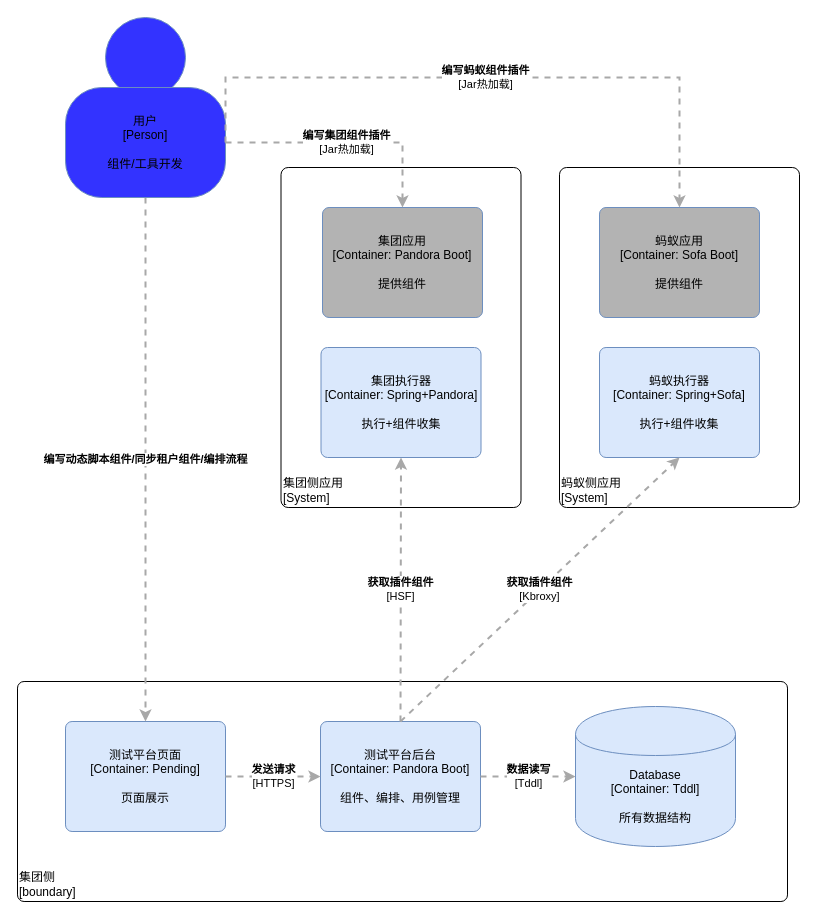
JimmyKsdas/TestPlantForm keeps this draw.io diagram as 开发容器图.drawio. Above is the earlier version. Source tidied: cells renumbered, new cells numbered last; positions are measured from the earlier drawing's top-left corner, leaving out a move shared by most shapes. Both pictures are drawn from the tidied source at 100%, with x=0, y=0 at pixel (17, 17).
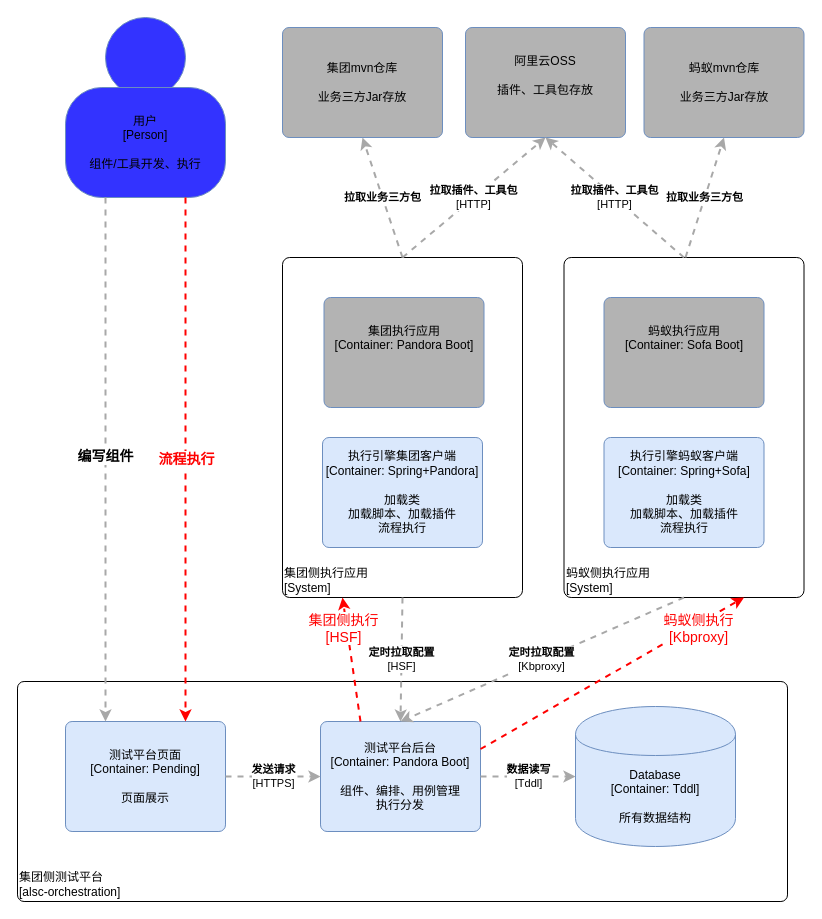
The same page after the edit.

Commit message:
Update 开发容器图.drawio

Unchanged cells that the change refers to:
```xml
<mxCell id="4" value="&lt;span&gt;测试平台页面&lt;/span&gt;&lt;div&gt;[Container:&amp;nbsp;&lt;span&gt;Pending&lt;/span&gt;&lt;span&gt;]&lt;/span&gt;&lt;/div&gt;&lt;div&gt;&lt;br&gt;&lt;/div&gt;&lt;div&gt;页面展示&lt;/div&gt;" style="rounded=1;whiteSpace=wrap;html=1;labelBackgroundColor=none;fillColor=#dae8fc;fontColor=#000000;align=center;arcSize=6;strokeColor=#6c8ebf;shadow=0;" parent="1" vertex="1">
  <mxGeometry x="48" y="704" width="160" height="110" as="geometry" />
</mxCell>
```

The edit, as a diff of the source:
```diff
@@
-    <mxCell id="3" value="&lt;div style=&quot;text-align: left&quot;&gt;集团侧&lt;/div&gt;&lt;div style=&quot;text-align: left&quot;&gt;[boundary]&lt;/div&gt;" style="rounded=1;whiteSpace=wrap;html=1;labelBackgroundColor=none;fillColor=#ffffff;fontColor=#000000;align=left;arcSize=3;strokeColor=#000000;verticalAlign=bottom;shadow=0;" parent="1" vertex="1">
+    <mxCell id="3" value="&lt;div style=&quot;text-align: left&quot;&gt;集团侧测试平台&lt;/div&gt;&lt;div style=&quot;text-align: left&quot;&gt;[alsc-orchestration]&lt;/div&gt;" style="rounded=1;whiteSpace=wrap;html=1;labelBackgroundColor=none;fillColor=#ffffff;fontColor=#000000;align=left;arcSize=3;strokeColor=#000000;verticalAlign=bottom;shadow=0;" parent="1" vertex="1">
       <mxGeometry y="664" width="770" height="220" as="geometry" />
     </mxCell>
@@
-    <mxCell id="5" value="&lt;span&gt;测试平台后台&lt;/span&gt;&lt;div&gt;[Container:&amp;nbsp;&lt;span&gt;Pandora Boot&lt;/span&gt;&lt;span&gt;]&lt;/span&gt;&lt;/div&gt;&lt;div&gt;&lt;br&gt;&lt;/div&gt;&lt;div&gt;组件、编排、用例管理&lt;/div&gt;" style="rounded=1;whiteSpace=wrap;html=1;labelBackgroundColor=none;fillColor=#dae8fc;fontColor=#000000;align=center;arcSize=6;strokeColor=#6c8ebf;shadow=0;" parent="1" vertex="1">
+    <mxCell id="5" value="&lt;span&gt;测试平台后台&lt;/span&gt;&lt;div&gt;[Container:&amp;nbsp;&lt;span&gt;Pandora Boot&lt;/span&gt;&lt;span&gt;]&lt;/span&gt;&lt;/div&gt;&lt;div&gt;&lt;br&gt;&lt;/div&gt;&lt;div&gt;组件、编排、用例管理&lt;/div&gt;&lt;div&gt;执行分发&lt;/div&gt;" style="rounded=1;whiteSpace=wrap;html=1;labelBackgroundColor=none;fillColor=#dae8fc;fontColor=#000000;align=center;arcSize=6;strokeColor=#6c8ebf;shadow=0;" parent="1" vertex="1">
       <mxGeometry x="303" y="704" width="160" height="110" as="geometry" />
     </mxCell>
@@
-    <mxCell id="9" value="&lt;div style=&quot;text-align: left&quot;&gt;&lt;div style=&quot;text-align: center&quot;&gt;&lt;b&gt;编写动态脚本组件&lt;/b&gt;&lt;b&gt;/同步租户组件/编排流程&lt;/b&gt;&lt;/div&gt;&lt;/div&gt;" style="edgeStyle=none;rounded=0;html=1;entryX=0.5;entryY=0;jettySize=auto;strokeColor=#A8A8A8;strokeWidth=2;fontColor=#000000;jumpStyle=none;dashed=1;exitX=0.5;exitY=1;exitDx=0;exitDy=0;entryDx=0;entryDy=0;" parent="1" edge="1" source="19" target="4">
-      <mxGeometry relative="1" as="geometry" />
-    </mxCell>
-    <mxCell id="10" value="&lt;div style=&quot;text-align: left&quot;&gt;集团侧应用&lt;/div&gt;&lt;div style=&quot;text-align: left&quot;&gt;[System]&lt;/div&gt;&lt;div style=&quot;text-align: right&quot;&gt;&lt;/div&gt;" style="rounded=1;whiteSpace=wrap;html=1;labelBackgroundColor=none;fillColor=#ffffff;fontColor=#000000;align=left;arcSize=3;strokeColor=#000000;verticalAlign=bottom;shadow=0;" parent="1" vertex="1">
-      <mxGeometry x="263.5" y="150" width="240" height="340" as="geometry" />
+    <mxCell id="10" value="&lt;div style=&quot;text-align: left&quot;&gt;集团侧执行应用&lt;/div&gt;&lt;div style=&quot;text-align: left&quot;&gt;[System]&lt;/div&gt;&lt;div style=&quot;text-align: right&quot;&gt;&lt;/div&gt;" style="rounded=1;whiteSpace=wrap;html=1;labelBackgroundColor=none;fillColor=#ffffff;fontColor=#000000;align=left;arcSize=3;strokeColor=#000000;verticalAlign=bottom;shadow=0;" parent="1" vertex="1">
+      <mxGeometry x="265" y="240" width="240" height="340" as="geometry" />
     </mxCell>
-    <mxCell id="11" value="&lt;span&gt;集团执行器&lt;/span&gt;&lt;div&gt;[Container:&amp;nbsp;&lt;span&gt;Spring+Pandora&lt;/span&gt;&lt;span&gt;]&lt;/span&gt;&lt;/div&gt;&lt;div&gt;&lt;br&gt;&lt;/div&gt;&lt;div&gt;执行+组件收集&lt;br&gt;&lt;/div&gt;" style="rounded=1;whiteSpace=wrap;html=1;labelBackgroundColor=none;fillColor=#dae8fc;fontColor=#000000;align=center;arcSize=6;strokeColor=#6c8ebf;shadow=0;" parent="1" vertex="1">
-      <mxGeometry x="303.5" y="330" width="160" height="110" as="geometry" />
+    <mxCell id="11" value="执行引擎集团客户端&lt;br&gt;&lt;div&gt;[Container:&amp;nbsp;&lt;span&gt;Spring+Pandora&lt;/span&gt;&lt;span&gt;]&lt;/span&gt;&lt;/div&gt;&lt;div&gt;&lt;br&gt;&lt;/div&gt;&lt;div&gt;加载类&lt;/div&gt;&lt;div&gt;加载脚本、加载插件&lt;/div&gt;&lt;div&gt;流程执行&lt;/div&gt;" style="rounded=1;whiteSpace=wrap;html=1;labelBackgroundColor=none;fillColor=#dae8fc;fontColor=#000000;align=center;arcSize=6;strokeColor=#6c8ebf;shadow=0;" parent="1" vertex="1">
+      <mxGeometry x="305" y="420" width="160" height="110" as="geometry" />
     </mxCell>
-    <mxCell id="12" value="&lt;span&gt;集团应用&lt;/span&gt;&lt;div&gt;[Container:&amp;nbsp;&lt;span&gt;Pandora Boot&lt;/span&gt;&lt;span&gt;]&lt;/span&gt;&lt;/div&gt;&lt;div&gt;&lt;br&gt;&lt;/div&gt;&lt;div&gt;提供组件&lt;/div&gt;" style="rounded=1;whiteSpace=wrap;html=1;labelBackgroundColor=none;fillColor=#B3B3B3;fontColor=#000000;align=center;arcSize=6;strokeColor=#6c8ebf;shadow=0;" parent="1" vertex="1">
-      <mxGeometry x="305" y="190" width="160" height="110" as="geometry" />
+    <mxCell id="12" value="&lt;span&gt;集团执行应用&lt;/span&gt;&lt;div&gt;[Container:&amp;nbsp;&lt;span&gt;Pandora Boot&lt;/span&gt;&lt;span&gt;]&lt;/span&gt;&lt;/div&gt;&lt;div&gt;&lt;br&gt;&lt;/div&gt;&lt;div&gt;&lt;br&gt;&lt;/div&gt;" style="rounded=1;whiteSpace=wrap;html=1;labelBackgroundColor=none;fillColor=#B3B3B3;fontColor=#000000;align=center;arcSize=6;strokeColor=#6c8ebf;shadow=0;" parent="1" vertex="1">
+      <mxGeometry x="306.5" y="280" width="160" height="110" as="geometry" />
     </mxCell>
-    <mxCell id="13" value="&lt;div style=&quot;text-align: left&quot;&gt;&lt;div style=&quot;text-align: center&quot;&gt;&lt;b&gt;获取插件组件&lt;/b&gt;&lt;/div&gt;&lt;div style=&quot;text-align: center&quot;&gt;[HSF]&lt;/div&gt;&lt;/div&gt;" style="edgeStyle=none;rounded=0;html=1;jettySize=auto;strokeColor=#A8A8A8;strokeWidth=2;fontColor=#000000;jumpStyle=none;dashed=1;exitX=0.5;exitY=0;exitDx=0;exitDy=0;entryX=0.5;entryY=1;entryDx=0;entryDy=0;" parent="1" edge="1" source="5" target="11">
+    <mxCell id="13" value="&lt;div style=&quot;text-align: left&quot;&gt;&lt;div style=&quot;text-align: center&quot;&gt;&lt;b&gt;定时拉取配置&lt;/b&gt;&lt;/div&gt;&lt;div style=&quot;text-align: center&quot;&gt;[HSF]&lt;/div&gt;&lt;/div&gt;" style="edgeStyle=none;rounded=0;html=1;jettySize=auto;strokeColor=#A8A8A8;strokeWidth=2;fontColor=#000000;jumpStyle=none;dashed=1;entryX=0.5;entryY=0;entryDx=0;entryDy=0;exitX=0.5;exitY=1;exitDx=0;exitDy=0;" parent="1" edge="1" source="10" target="5">
       <mxGeometry relative="1" as="geometry" />
     </mxCell>
-    <mxCell id="14" value="&lt;div style=&quot;text-align: left&quot;&gt;蚂蚁侧应用&lt;/div&gt;&lt;div style=&quot;text-align: left&quot;&gt;[System]&lt;/div&gt;&lt;div style=&quot;text-align: right&quot;&gt;&lt;/div&gt;" style="rounded=1;whiteSpace=wrap;html=1;labelBackgroundColor=none;fillColor=#ffffff;fontColor=#000000;align=left;arcSize=3;strokeColor=#000000;verticalAlign=bottom;shadow=0;" parent="1" vertex="1">
-      <mxGeometry x="542" y="150" width="240" height="340" as="geometry" />
+    <mxCell id="14" value="&lt;div style=&quot;text-align: left&quot;&gt;蚂蚁侧执行应用&lt;/div&gt;&lt;div style=&quot;text-align: left&quot;&gt;[System]&lt;/div&gt;&lt;div style=&quot;text-align: right&quot;&gt;&lt;/div&gt;" style="rounded=1;whiteSpace=wrap;html=1;labelBackgroundColor=none;fillColor=#ffffff;fontColor=#000000;align=left;arcSize=3;strokeColor=#000000;verticalAlign=bottom;shadow=0;" parent="1" vertex="1">
+      <mxGeometry x="546.5" y="240" width="240" height="340" as="geometry" />
     </mxCell>
-    <mxCell id="15" value="&lt;span&gt;蚂蚁执行器&lt;/span&gt;&lt;div&gt;[Container:&amp;nbsp;&lt;span&gt;Spring+Sofa&lt;/span&gt;&lt;span&gt;]&lt;/span&gt;&lt;/div&gt;&lt;div&gt;&lt;br&gt;&lt;/div&gt;&lt;div&gt;执行+组件收集&lt;br&gt;&lt;/div&gt;" style="rounded=1;whiteSpace=wrap;html=1;labelBackgroundColor=none;fillColor=#dae8fc;fontColor=#000000;align=center;arcSize=6;strokeColor=#6c8ebf;shadow=0;" parent="1" vertex="1">
-      <mxGeometry x="582" y="330" width="160" height="110" as="geometry" />
+    <mxCell id="15" value="&lt;span&gt;执行引擎蚂蚁客户端&lt;/span&gt;&lt;div&gt;[Container:&amp;nbsp;&lt;span&gt;Spring+Sofa&lt;/span&gt;&lt;span&gt;]&lt;/span&gt;&lt;/div&gt;&lt;div&gt;&lt;br&gt;&lt;/div&gt;&lt;div&gt;&lt;div&gt;加载类&lt;/div&gt;&lt;div&gt;加载脚本、加载插件&lt;/div&gt;&lt;div&gt;流程执行&lt;/div&gt;&lt;/div&gt;" style="rounded=1;whiteSpace=wrap;html=1;labelBackgroundColor=none;fillColor=#dae8fc;fontColor=#000000;align=center;arcSize=6;strokeColor=#6c8ebf;shadow=0;" parent="1" vertex="1">
+      <mxGeometry x="586.5" y="420" width="160" height="110" as="geometry" />
     </mxCell>
-    <mxCell id="16" value="&lt;span&gt;蚂蚁应用&lt;/span&gt;&lt;div&gt;[Container:&amp;nbsp;&lt;span&gt;Sofa Boot&lt;/span&gt;&lt;span&gt;]&lt;/span&gt;&lt;/div&gt;&lt;div&gt;&lt;br&gt;&lt;/div&gt;&lt;div&gt;提供组件&lt;/div&gt;" style="rounded=1;whiteSpace=wrap;html=1;labelBackgroundColor=none;fillColor=#B3B3B3;fontColor=#000000;align=center;arcSize=6;strokeColor=#6c8ebf;shadow=0;" parent="1" vertex="1">
-      <mxGeometry x="582" y="190" width="160" height="110" as="geometry" />
+    <mxCell id="16" value="&lt;span&gt;蚂蚁执行应用&lt;/span&gt;&lt;div&gt;[Container:&amp;nbsp;&lt;span&gt;Sofa Boot&lt;/span&gt;&lt;span&gt;]&lt;/span&gt;&lt;/div&gt;&lt;div&gt;&lt;br&gt;&lt;/div&gt;&lt;div&gt;&lt;br&gt;&lt;/div&gt;" style="rounded=1;whiteSpace=wrap;html=1;labelBackgroundColor=none;fillColor=#B3B3B3;fontColor=#000000;align=center;arcSize=6;strokeColor=#6c8ebf;shadow=0;" parent="1" vertex="1">
+      <mxGeometry x="586.5" y="280" width="160" height="110" as="geometry" />
     </mxCell>
-    <mxCell id="17" value="&lt;div style=&quot;text-align: left&quot;&gt;&lt;div style=&quot;text-align: center&quot;&gt;&lt;b&gt;获取插件组件&lt;/b&gt;&lt;/div&gt;&lt;div style=&quot;text-align: center&quot;&gt;[Kbroxy]&lt;/div&gt;&lt;/div&gt;" style="edgeStyle=none;rounded=0;html=1;jettySize=auto;strokeColor=#A8A8A8;strokeWidth=2;fontColor=#000000;jumpStyle=none;dashed=1;exitX=0.5;exitY=0;exitDx=0;exitDy=0;entryX=0.5;entryY=1;entryDx=0;entryDy=0;" parent="1" edge="1" source="5" target="15">
+    <mxCell id="17" value="&lt;div style=&quot;text-align: left&quot;&gt;&lt;div style=&quot;text-align: center&quot;&gt;&lt;b&gt;定时拉取配置&lt;/b&gt;&lt;/div&gt;&lt;div style=&quot;text-align: center&quot;&gt;[Kbproxy]&lt;/div&gt;&lt;/div&gt;" style="edgeStyle=none;rounded=0;html=1;jettySize=auto;strokeColor=#A8A8A8;strokeWidth=2;fontColor=#000000;jumpStyle=none;dashed=1;exitX=0.5;exitY=1;exitDx=0;exitDy=0;entryX=0.5;entryY=0;entryDx=0;entryDy=0;" parent="1" edge="1" source="14" target="5">
       <mxGeometry relative="1" as="geometry" />
     </mxCell>
@@
-    <mxCell id="19" value="用户&lt;div&gt;[Person]&lt;/div&gt;&lt;div&gt;&lt;br&gt;&lt;/div&gt;&lt;div&gt;组件/工具开发" style="rounded=1;whiteSpace=wrap;html=1;labelBackgroundColor=none;fillColor=#3333FF;fontColor=#000000;align=center;arcSize=33;strokeColor=#6c8ebf;" parent="1" vertex="1">
+    <mxCell id="19" value="用户&lt;div&gt;[Person]&lt;/div&gt;&lt;div&gt;&lt;br&gt;&lt;/div&gt;&lt;div&gt;组件/工具开发、执行&lt;/div&gt;" style="rounded=1;whiteSpace=wrap;html=1;labelBackgroundColor=none;fillColor=#3333FF;fontColor=#000000;align=center;arcSize=33;strokeColor=#6c8ebf;" parent="1" vertex="1">
       <mxGeometry x="48" y="70" width="160" height="110" as="geometry" />
     </mxCell>
-    <mxCell id="20" value="&lt;div style=&quot;text-align: left&quot;&gt;&lt;div style=&quot;text-align: center&quot;&gt;&lt;b&gt;编写集团组件插件&lt;/b&gt;&lt;/div&gt;&lt;div style=&quot;text-align: center&quot;&gt;[Jar热加载]&lt;/div&gt;&lt;/div&gt;" style="edgeStyle=orthogonalEdgeStyle;rounded=0;html=1;entryX=0.5;entryY=0;jettySize=auto;strokeColor=#A8A8A8;strokeWidth=2;fontColor=#000000;jumpStyle=none;dashed=1;entryDx=0;entryDy=0;exitX=1;exitY=0.5;exitDx=0;exitDy=0;" parent="1" edge="1" source="19" target="12">
-      <mxGeometry relative="1" as="geometry">
-        <Array as="points">
-          <mxPoint x="385" y="125" />
-        </Array>
-      </mxGeometry>
-    </mxCell>
-    <mxCell id="21" value="&lt;div style=&quot;text-align: left&quot;&gt;&lt;div style=&quot;text-align: center&quot;&gt;&lt;b&gt;编写蚂蚁组件插件&lt;/b&gt;&lt;/div&gt;&lt;div style=&quot;text-align: center&quot;&gt;[Jar热加载]&lt;/div&gt;&lt;/div&gt;" style="rounded=0;html=1;entryX=0.5;entryY=0;jettySize=auto;strokeColor=#A8A8A8;strokeWidth=2;fontColor=#000000;jumpStyle=none;dashed=1;entryDx=0;entryDy=0;edgeStyle=orthogonalEdgeStyle;exitX=1;exitY=0.5;exitDx=0;exitDy=0;" parent="1" edge="1" source="19" target="16">
-      <mxGeometry relative="1" as="geometry">
-        <Array as="points">
-          <mxPoint x="208" y="60" />
-          <mxPoint x="662" y="60" />
-        </Array>
-      </mxGeometry>
-    </mxCell>
+    <mxCell id="9" value="&lt;div style=&quot;text-align: left&quot;&gt;&lt;div style=&quot;text-align: center&quot;&gt;&lt;b&gt;&lt;font style=&quot;font-size: 14px&quot;&gt;编写组件&lt;/font&gt;&lt;/b&gt;&lt;/div&gt;&lt;/div&gt;" style="edgeStyle=none;rounded=0;html=1;entryX=0.25;entryY=0;jettySize=auto;strokeColor=#A8A8A8;strokeWidth=2;fontColor=#000000;jumpStyle=none;dashed=1;exitX=0.25;exitY=1;exitDx=0;exitDy=0;entryDx=0;entryDy=0;" parent="1" edge="1" source="19" target="4">
+      <mxGeometry x="-0.01" relative="1" as="geometry" />
+    </mxCell>
+    <mxCell id="22" value="阿里云OSS&lt;br&gt;&lt;br&gt;插件、工具包存放&lt;br&gt;&lt;div&gt;&lt;br&gt;&lt;/div&gt;" style="rounded=1;whiteSpace=wrap;html=1;labelBackgroundColor=none;fillColor=#B3B3B3;fontColor=#000000;align=center;arcSize=6;strokeColor=#6c8ebf;shadow=0;" parent="1" vertex="1">
+      <mxGeometry x="448" y="10" width="160" height="110" as="geometry" />
+    </mxCell>
+    <mxCell id="23" value="蚂蚁mvn仓库&lt;br&gt;&lt;br&gt;业务三方Jar存放&lt;br&gt;" style="rounded=1;whiteSpace=wrap;html=1;labelBackgroundColor=none;fillColor=#B3B3B3;fontColor=#000000;align=center;arcSize=6;strokeColor=#6c8ebf;shadow=0;" parent="1" vertex="1">
+      <mxGeometry x="626.5" y="10" width="160" height="110" as="geometry" />
+    </mxCell>
+    <mxCell id="24" value="集团mvn仓库&lt;br&gt;&lt;br&gt;业务三方Jar存放&lt;br&gt;" style="rounded=1;whiteSpace=wrap;html=1;labelBackgroundColor=none;fillColor=#B3B3B3;fontColor=#000000;align=center;arcSize=6;strokeColor=#6c8ebf;shadow=0;" parent="1" vertex="1">
+      <mxGeometry x="265" y="10" width="160" height="110" as="geometry" />
+    </mxCell>
+    <mxCell id="25" value="&lt;div style=&quot;text-align: left&quot;&gt;&lt;div style=&quot;text-align: center&quot;&gt;&lt;b&gt;拉取插件、工具包&lt;/b&gt;&lt;/div&gt;&lt;div style=&quot;text-align: center&quot;&gt;[HTTP]&lt;/div&gt;&lt;/div&gt;" style="edgeStyle=none;rounded=0;html=1;jettySize=auto;strokeColor=#A8A8A8;strokeWidth=2;fontColor=#000000;jumpStyle=none;dashed=1;exitX=0.5;exitY=0;exitDx=0;exitDy=0;entryX=0.5;entryY=1;entryDx=0;entryDy=0;" parent="1" edge="1" source="14" target="22">
+      <mxGeometry relative="1" as="geometry" />
+    </mxCell>
+    <mxCell id="26" value="&lt;div style=&quot;text-align: left&quot;&gt;&lt;div style=&quot;text-align: center&quot;&gt;&lt;b&gt;拉取插件、工具包&lt;/b&gt;&lt;/div&gt;&lt;div style=&quot;text-align: center&quot;&gt;[HTTP]&lt;/div&gt;&lt;/div&gt;" style="edgeStyle=none;rounded=0;html=1;jettySize=auto;strokeColor=#A8A8A8;strokeWidth=2;fontColor=#000000;jumpStyle=none;dashed=1;exitX=0.5;exitY=0;exitDx=0;exitDy=0;" parent="1" edge="1" source="10">
+      <mxGeometry relative="1" as="geometry">
+        <mxPoint x="528" y="120" as="targetPoint" />
+      </mxGeometry>
+    </mxCell>
+    <mxCell id="27" value="&lt;div style=&quot;text-align: left&quot;&gt;&lt;div style=&quot;text-align: center&quot;&gt;&lt;b&gt;拉取业务三方包&lt;/b&gt;&lt;/div&gt;&lt;/div&gt;" style="edgeStyle=none;rounded=0;html=1;jettySize=auto;strokeColor=#A8A8A8;strokeWidth=2;fontColor=#000000;jumpStyle=none;dashed=1;entryX=0.5;entryY=1;entryDx=0;entryDy=0;" parent="1" edge="1" target="23">
+      <mxGeometry relative="1" as="geometry">
+        <mxPoint x="668" y="240" as="sourcePoint" />
+      </mxGeometry>
+    </mxCell>
+    <mxCell id="28" value="&lt;div style=&quot;text-align: left&quot;&gt;&lt;div style=&quot;text-align: center&quot;&gt;&lt;b&gt;拉取业务三方包&lt;/b&gt;&lt;/div&gt;&lt;/div&gt;" style="edgeStyle=none;rounded=0;html=1;jettySize=auto;strokeColor=#A8A8A8;strokeWidth=2;fontColor=#000000;jumpStyle=none;dashed=1;entryX=0.5;entryY=1;entryDx=0;entryDy=0;exitX=0.5;exitY=0;exitDx=0;exitDy=0;" parent="1" edge="1" source="10" target="24">
+      <mxGeometry relative="1" as="geometry" />
+    </mxCell>
+    <mxCell id="29" value="&lt;div style=&quot;text-align: left&quot;&gt;&lt;div style=&quot;text-align: center&quot;&gt;&lt;br&gt;&lt;/div&gt;&lt;/div&gt;" style="edgeStyle=none;rounded=0;html=1;entryX=0.75;entryY=0;jettySize=auto;strokeColor=#FF0000;strokeWidth=2;fontColor=#000000;jumpStyle=none;dashed=1;exitX=0.75;exitY=1;exitDx=0;exitDy=0;entryDx=0;entryDy=0;fillColor=#f8cecc;" parent="1" edge="1" source="19" target="4">
+      <mxGeometry x="-0.01" y="40" relative="1" as="geometry" />
+    </mxCell>
+    <mxCell id="30" value="&lt;font style=&quot;font-size: 14px&quot; color=&quot;#ff0000&quot;&gt;&lt;b&gt;流程执行&lt;/b&gt;&lt;/font&gt;" style="text;html=1;align=center;verticalAlign=middle;labelBackgroundColor=#ffffff;" parent="29" vertex="1">
+      <mxGeometry x="-0.5" relative="1" as="geometry">
+        <mxPoint y="130" as="offset" />
+      </mxGeometry>
+    </mxCell>
+    <mxCell id="31" value="&lt;div style=&quot;text-align: left&quot;&gt;&lt;div style=&quot;text-align: center&quot;&gt;&lt;br&gt;&lt;/div&gt;&lt;/div&gt;" style="edgeStyle=none;rounded=0;html=1;jettySize=auto;strokeColor=#FF0000;strokeWidth=2;fontColor=#000000;jumpStyle=none;dashed=1;fillColor=#f8cecc;entryX=0.25;entryY=1;entryDx=0;entryDy=0;" parent="1" edge="1" target="10">
+      <mxGeometry x="-0.01" y="40" relative="1" as="geometry">
+        <mxPoint x="343" y="704" as="sourcePoint" />
+      </mxGeometry>
+    </mxCell>
+    <mxCell id="32" value="&lt;font style=&quot;font-size: 14px&quot; color=&quot;#ff0000&quot;&gt;集团侧执行&lt;br&gt;[HSF]&lt;br&gt;&lt;/font&gt;" style="text;html=1;align=center;verticalAlign=middle;labelBackgroundColor=#ffffff;" parent="31" vertex="1">
+      <mxGeometry x="0.51" y="3" relative="1" as="geometry">
+        <mxPoint x="-1" as="offset" />
+      </mxGeometry>
+    </mxCell>
+    <mxCell id="33" value="&lt;div style=&quot;text-align: left&quot;&gt;&lt;div style=&quot;text-align: center&quot;&gt;&lt;br&gt;&lt;/div&gt;&lt;/div&gt;" style="edgeStyle=none;rounded=0;html=1;jettySize=auto;strokeColor=#FF0000;strokeWidth=2;fontColor=#000000;jumpStyle=none;dashed=1;fillColor=#f8cecc;exitX=1;exitY=0.25;exitDx=0;exitDy=0;entryX=0.75;entryY=1;entryDx=0;entryDy=0;" parent="1" edge="1" source="5" target="14">
+      <mxGeometry x="-0.01" y="40" relative="1" as="geometry" />
+    </mxCell>
+    <mxCell id="34" value="&lt;span style=&quot;font-size: 14px&quot;&gt;&lt;font color=&quot;#ff0000&quot;&gt;蚂蚁侧执行&lt;br&gt;[Kbproxy]&lt;br&gt;&lt;/font&gt;&lt;/span&gt;" style="text;html=1;align=center;verticalAlign=middle;labelBackgroundColor=#ffffff;" parent="33" vertex="1">
+      <mxGeometry x="0.64" y="-4" relative="1" as="geometry" />
+    </mxCell>
```
